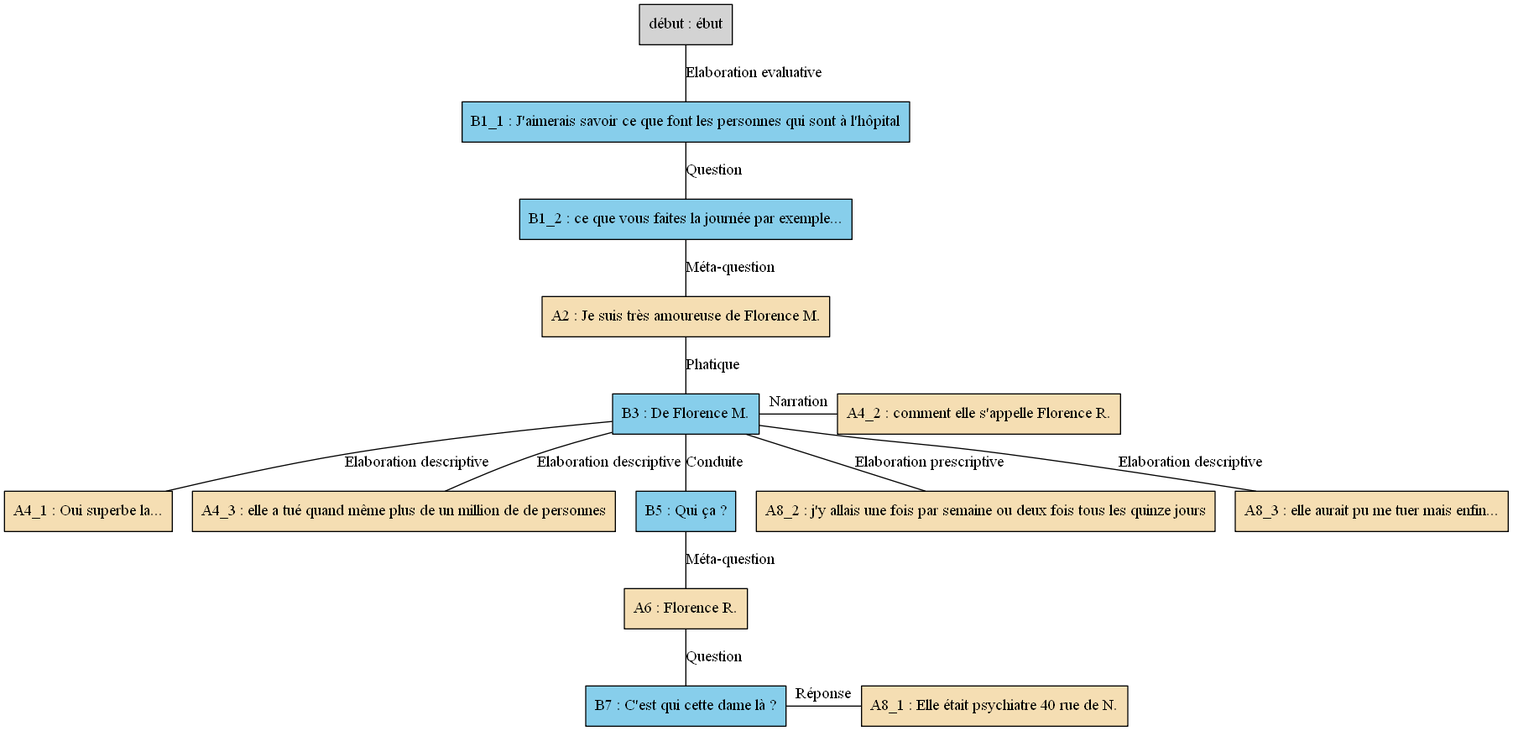
AlaixComet/AnnotationSlamPTut keeps this Graphviz diagram as arbres/Florence/Florence_-_A09.gv.png. Above is the earlier version. Its source is kept beside it as arbres/Florence/Florence_-_A09.gv. The source it was exported from:
```dot
digraph A09 {
	node [shape=box style=filled]
	"début" [label="début : ébut"]
	B1_1 [label="B1_1 : J'aimerais savoir ce que font les personnes qui sont à l'hôpital" fillcolor=skyblue]
	B1_2 [label="B1_2 : ce que vous faites la journée par exemple..." fillcolor=skyblue]
	A2 [label="A2 : Je suis très amoureuse de Florence M." fillcolor=wheat]
	B3 [label="B3 : De Florence M." fillcolor=skyblue]
	A4_1 [label="A4_1 : Oui superbe la..." fillcolor=wheat]
	A4_2 [label="A4_2 : comment elle s'appelle Florence R." fillcolor=wheat]
	A4_3 [label="A4_3 : elle a tué quand même plus de un million de de personnes" fillcolor=wheat]
	B5 [label="B5 : Qui ça ?" fillcolor=skyblue]
	A6 [label="A6 : Florence R." fillcolor=wheat]
	B7 [label="B7 : C'est qui cette dame là ?" fillcolor=skyblue]
	A8_1 [label="A8_1 : Elle était psychiatre 40 rue de N." fillcolor=wheat]
	A8_2 [label="A8_2 : j'y allais une fois par semaine ou deux fois tous les quinze jours" fillcolor=wheat]
	A8_3 [label="A8_3 : elle aurait pu me tuer mais enfin..." fillcolor=wheat]
	"début" -> B1_1 [label="Elaboration evaluative" dir=none]
	B1_1 -> B1_2 [label=Question dir=none]
	B1_2 -> A2 [label="Méta-question" dir=none]
	A2 -> B3 [label=Phatique dir=none]
	B3 -> A4_1 [label="Elaboration descriptive" dir=none]
	{
		rank=same
		B3
		A4_2
		B3 -> A4_2 [label=Narration dir=none]
	}
	B3 -> A4_3 [label="Elaboration descriptive" dir=none]
	B3 -> B5 [label=Conduite dir=none]
	B5 -> A6 [label="Méta-question" dir=none]
	A6 -> B7 [label=Question dir=none]
	{
		rank=same
		B7
		A8_1
		B7 -> A8_1 [label="Réponse" dir=none]
	}
	B3 -> A8_2 [label="Elaboration prescriptive" dir=none]
	B3 -> A8_3 [label="Elaboration descriptive" dir=none]
}
```
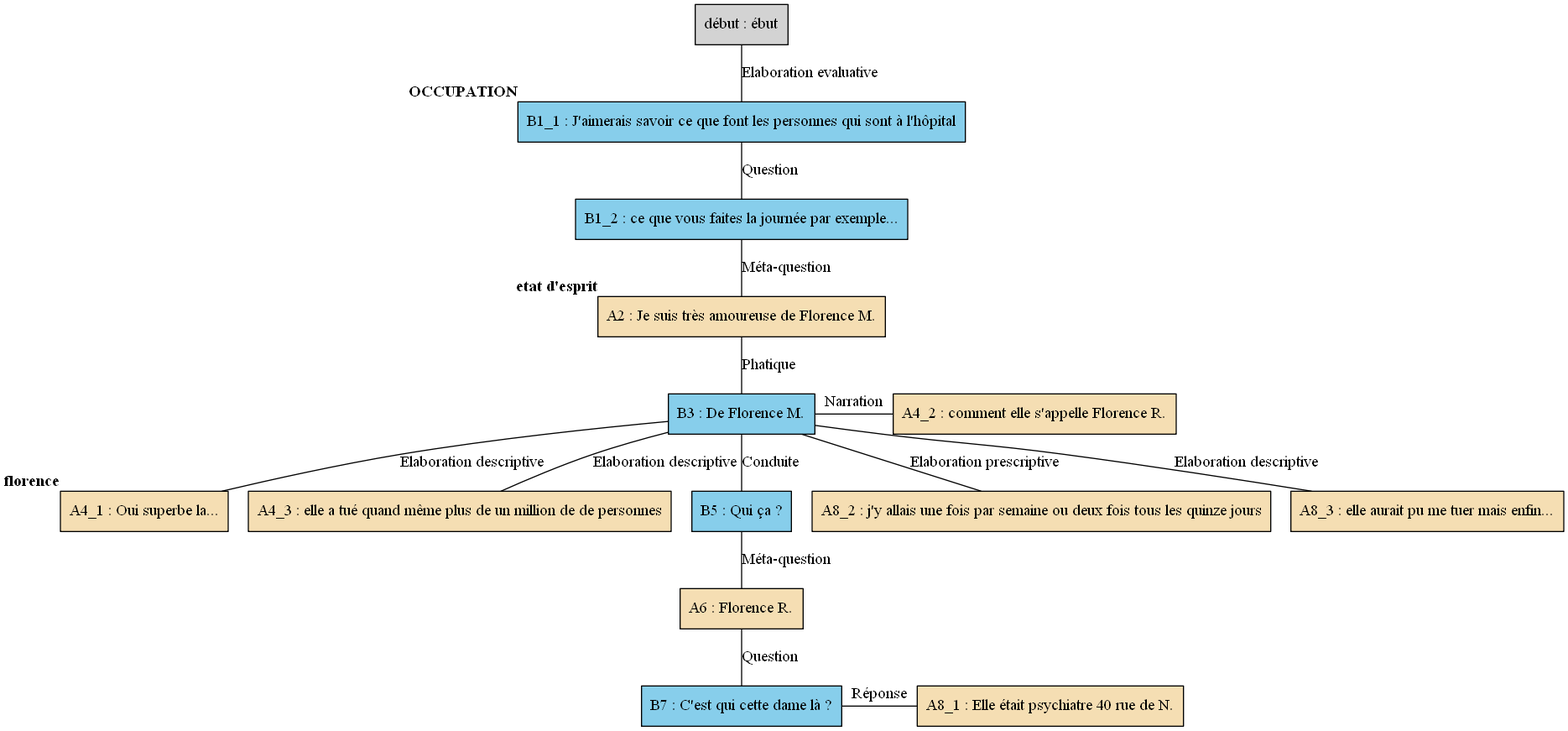
After the change.

The edit, as a diff of the source:
```diff
@@ -1,19 +1,19 @@
 digraph A09 {
 	node [shape=box style=filled]
-	"début" [label="début : ébut"]
-	B1_1 [label="B1_1 : J'aimerais savoir ce que font les personnes qui sont à l'hôpital" fillcolor=skyblue]
-	B1_2 [label="B1_2 : ce que vous faites la journée par exemple..." fillcolor=skyblue]
-	A2 [label="A2 : Je suis très amoureuse de Florence M." fillcolor=wheat]
-	B3 [label="B3 : De Florence M." fillcolor=skyblue]
-	A4_1 [label="A4_1 : Oui superbe la..." fillcolor=wheat]
-	A4_2 [label="A4_2 : comment elle s'appelle Florence R." fillcolor=wheat]
-	A4_3 [label="A4_3 : elle a tué quand même plus de un million de de personnes" fillcolor=wheat]
-	B5 [label="B5 : Qui ça ?" fillcolor=skyblue]
-	A6 [label="A6 : Florence R." fillcolor=wheat]
-	B7 [label="B7 : C'est qui cette dame là ?" fillcolor=skyblue]
-	A8_1 [label="A8_1 : Elle était psychiatre 40 rue de N." fillcolor=wheat]
-	A8_2 [label="A8_2 : j'y allais une fois par semaine ou deux fois tous les quinze jours" fillcolor=wheat]
-	A8_3 [label="A8_3 : elle aurait pu me tuer mais enfin..." fillcolor=wheat]
+	"début" [label="début : ébut" xlabel=""]
+	B1_1 [label="B1_1 : J'aimerais savoir ce que font les personnes qui sont à l'hôpital" fillcolor=skyblue xlabel=<<B>OCCUPATION</B>>]
+	B1_2 [label="B1_2 : ce que vous faites la journée par exemple..." fillcolor=skyblue xlabel=""]
+	A2 [label="A2 : Je suis très amoureuse de Florence M." fillcolor=wheat xlabel=<<B>etat d'esprit</B>>]
+	B3 [label="B3 : De Florence M." fillcolor=skyblue xlabel=""]
+	A4_1 [label="A4_1 : Oui superbe la..." fillcolor=wheat xlabel=<<B>florence</B>>]
+	A4_2 [label="A4_2 : comment elle s'appelle Florence R." fillcolor=wheat xlabel=""]
+	A4_3 [label="A4_3 : elle a tué quand même plus de un million de de personnes" fillcolor=wheat xlabel=""]
+	B5 [label="B5 : Qui ça ?" fillcolor=skyblue xlabel=""]
+	A6 [label="A6 : Florence R." fillcolor=wheat xlabel=""]
+	B7 [label="B7 : C'est qui cette dame là ?" fillcolor=skyblue xlabel=""]
+	A8_1 [label="A8_1 : Elle était psychiatre 40 rue de N." fillcolor=wheat xlabel=""]
+	A8_2 [label="A8_2 : j'y allais une fois par semaine ou deux fois tous les quinze jours" fillcolor=wheat xlabel=""]
+	A8_3 [label="A8_3 : elle aurait pu me tuer mais enfin..." fillcolor=wheat xlabel=""]
 	"début" -> B1_1 [label="Elaboration evaluative" dir=none]
 	B1_1 -> B1_2 [label=Question dir=none]
 	B1_2 -> A2 [label="Méta-question" dir=none]
```
